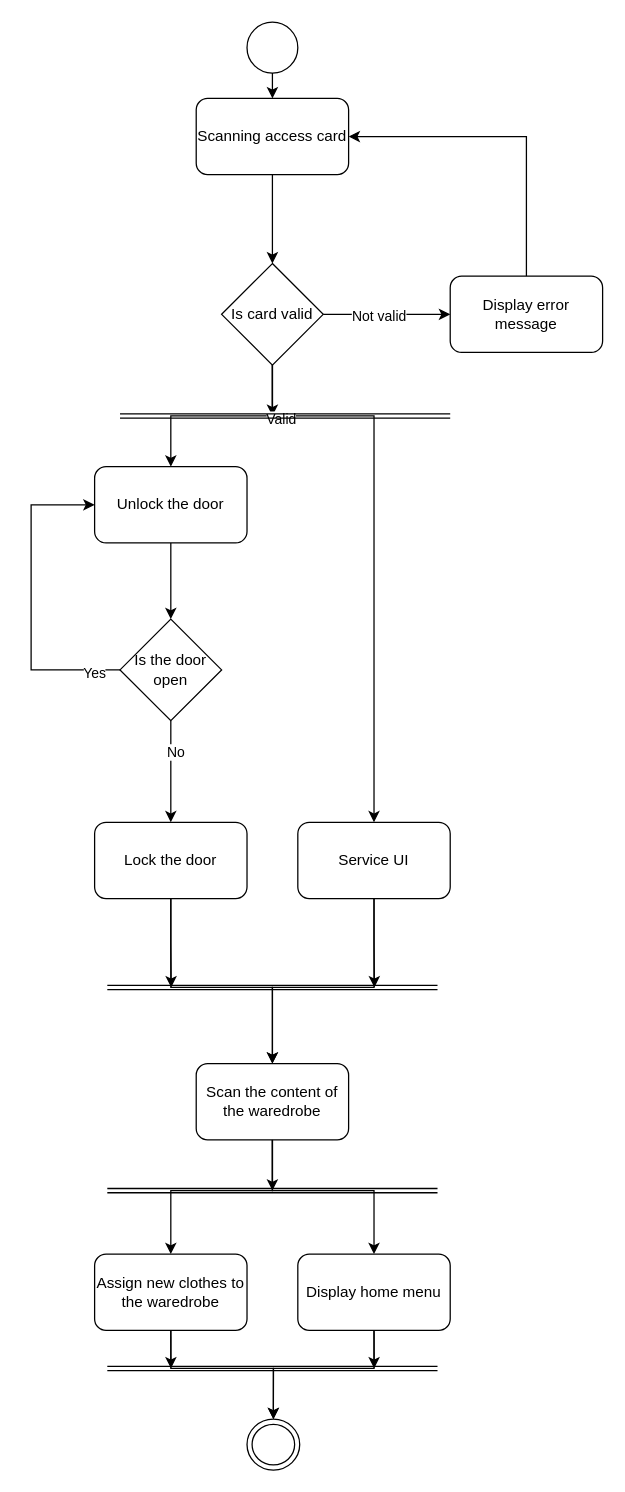
Before: ActivityDiagramService.drawio in TadeuszSzuta/PSI, a draw.io diagram. Source tidied: cells renumbered, new cells numbered last; positions are measured from the earlier drawing's top-left corner, leaving out a move shared by most shapes. Both pictures are drawn from the tidied source at 127%, with x=0, y=0 at pixel (30, 22).
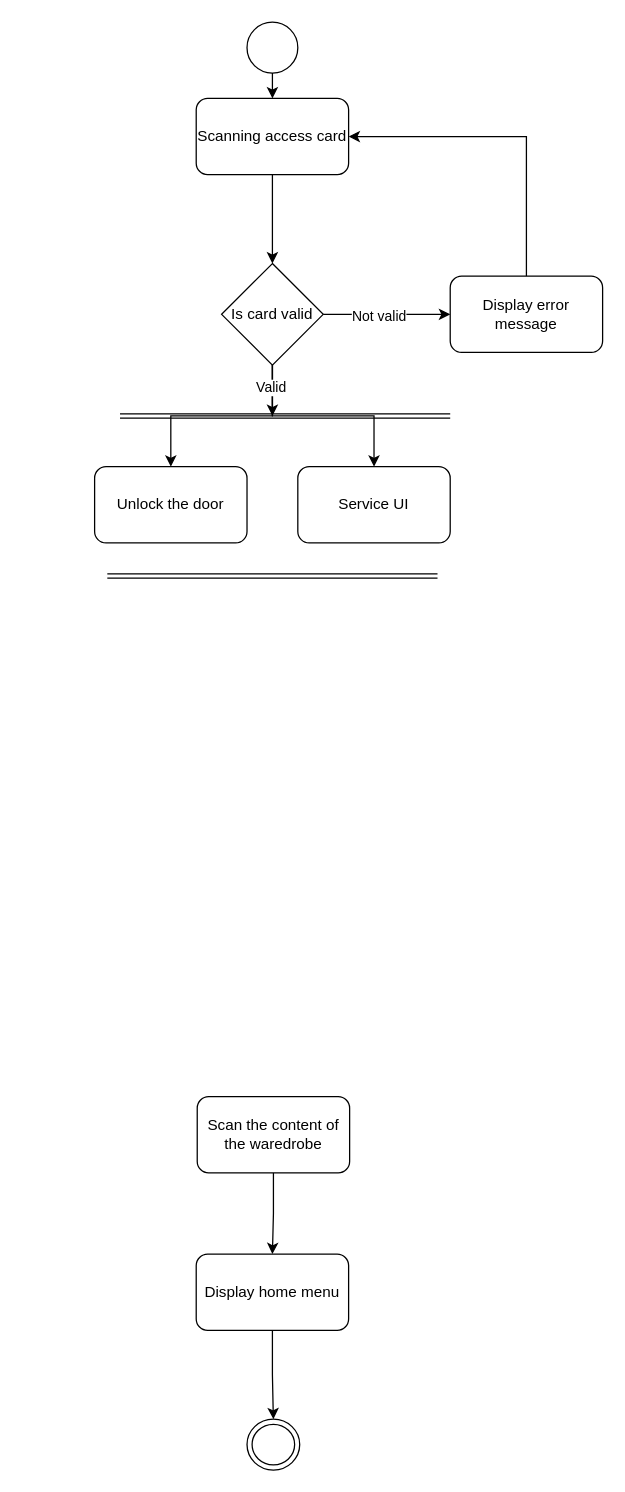
The same diagram, later.

The change refers to these unchanged cells:
```xml
<mxCell id="14" value="Unlock the door" style="rounded=1;whiteSpace=wrap;html=1;" parent="1" vertex="1">
  <mxGeometry x="50" y="350" width="120" height="60" as="geometry" />
</mxCell>
<mxCell id="40" style="ellipse;shape=doubleEllipse;whiteSpace=wrap;html=1;" parent="1" vertex="1">
  <mxGeometry x="170" y="1100" width="41.5" height="40" as="geometry" />
</mxCell>
```

The edit, as a diff of the source:
```diff
@@
-    <mxCell id="13" style="edgeStyle=orthogonalEdgeStyle;rounded=0;jettySize=auto;html=1;exitX=0.5;exitY=1;exitDx=0;exitDy=0;entryX=0.5;entryY=0;entryDx=0;entryDy=0;" parent="1" edge="1" source="14">
-      <mxGeometry relative="1" as="geometry">
-        <mxPoint x="110" y="470" as="targetPoint" />
-      </mxGeometry>
-    </mxCell>
@@
-    <mxCell id="15" style="edgeStyle=orthogonalEdgeStyle;rounded=0;jettySize=auto;html=1;exitX=0.5;exitY=1;exitDx=0;exitDy=0;" parent="1" edge="1" source="17">
-      <mxGeometry relative="1" as="geometry">
-        <mxPoint x="270.3" y="760" as="targetPoint" />
-      </mxGeometry>
-    </mxCell>
-    <mxCell id="16" style="edgeStyle=orthogonalEdgeStyle;rounded=0;jettySize=auto;html=1;exitX=0.5;exitY=1;exitDx=0;exitDy=0;entryX=0.5;entryY=0;entryDx=0;entryDy=0;" parent="1" edge="1" source="17" target="30">
-      <mxGeometry relative="1" as="geometry">
-        <Array as="points">
-          <mxPoint x="270" y="760" />
-          <mxPoint x="190" y="760" />
-        </Array>
-      </mxGeometry>
-    </mxCell>
     <mxCell id="17" value="Service UI" style="rounded=1;whiteSpace=wrap;html=1;" parent="1" vertex="1">
-      <mxGeometry x="210" y="630" width="120" height="60" as="geometry" />
+      <mxGeometry x="210" y="350" width="120" height="60" as="geometry" />
     </mxCell>
@@
-    <mxCell id="19" style="edgeStyle=orthogonalEdgeStyle;rounded=0;jettySize=auto;html=1;exitX=0;exitY=0.5;exitDx=0;exitDy=0;entryX=0;entryY=0.5;entryDx=0;entryDy=0;" parent="1" edge="1" source="23" target="14">
-      <mxGeometry relative="1" as="geometry">
-        <Array as="points">
-          <mxPoint y="510" />
-          <mxPoint y="380" />
-        </Array>
-      </mxGeometry>
-    </mxCell>
-    <mxCell id="20" value="Yes" style="edgeLabel;html=1;align=center;verticalAlign=middle;" parent="19" vertex="1">
-      <mxGeometry x="-0.83" y="2" relative="1" as="geometry" />
-    </mxCell>
-    <mxCell id="21" style="edgeStyle=orthogonalEdgeStyle;rounded=0;jettySize=auto;html=1;exitX=0.5;exitY=1;exitDx=0;exitDy=0;entryX=0.5;entryY=0;entryDx=0;entryDy=0;" parent="1" edge="1" source="23" target="26">
-      <mxGeometry relative="1" as="geometry" />
-    </mxCell>
-    <mxCell id="22" value="No" style="edgeLabel;html=1;align=center;verticalAlign=middle;" parent="21" vertex="1">
-      <mxGeometry x="-0.41" y="3" relative="1" as="geometry" />
-    </mxCell>
-    <mxCell id="23" value="Is the door open" style="rhombus;whiteSpace=wrap;html=1;" parent="1" vertex="1">
-      <mxGeometry x="70" y="470" width="80" height="80" as="geometry" />
-    </mxCell>
-    <mxCell id="24" style="edgeStyle=orthogonalEdgeStyle;rounded=0;jettySize=auto;html=1;exitX=0.5;exitY=1;exitDx=0;exitDy=0;" parent="1" edge="1" source="26">
-      <mxGeometry relative="1" as="geometry">
-        <mxPoint x="110.3" y="760" as="targetPoint" />
-      </mxGeometry>
-    </mxCell>
-    <mxCell id="25" style="edgeStyle=orthogonalEdgeStyle;rounded=0;jettySize=auto;html=1;exitX=0.5;exitY=1;exitDx=0;exitDy=0;" parent="1" edge="1" source="26" target="30">
-      <mxGeometry relative="1" as="geometry">
-        <Array as="points">
-          <mxPoint x="110" y="760" />
-          <mxPoint x="190" y="760" />
-        </Array>
-      </mxGeometry>
-    </mxCell>
-    <mxCell id="26" value="Lock the door" style="rounded=1;whiteSpace=wrap;html=1;" parent="1" vertex="1">
-      <mxGeometry x="50" y="630" width="120" height="60" as="geometry" />
-    </mxCell>
-    <mxCell id="27" style="edgeStyle=orthogonalEdgeStyle;rounded=0;jettySize=auto;html=1;exitX=0.5;exitY=1;exitDx=0;exitDy=0;" parent="1" edge="1" source="30">
-      <mxGeometry relative="1" as="geometry">
-        <mxPoint x="190" y="920" as="targetPoint" />
-      </mxGeometry>
-    </mxCell>
-    <mxCell id="28" style="edgeStyle=orthogonalEdgeStyle;rounded=0;jettySize=auto;html=1;exitX=0.5;exitY=1;exitDx=0;exitDy=0;" parent="1" edge="1" source="30" target="35">
-      <mxGeometry relative="1" as="geometry">
-        <Array as="points">
-          <mxPoint x="190" y="920" />
-          <mxPoint x="110" y="920" />
-        </Array>
-      </mxGeometry>
-    </mxCell>
     <mxCell id="29" style="edgeStyle=orthogonalEdgeStyle;rounded=0;jettySize=auto;html=1;exitX=0.5;exitY=1;exitDx=0;exitDy=0;entryX=0.5;entryY=0;entryDx=0;entryDy=0;" parent="1" edge="1" source="30" target="38">
-      <mxGeometry relative="1" as="geometry">
-        <Array as="points">
-          <mxPoint x="190" y="920" />
-          <mxPoint x="270" y="920" />
-        </Array>
-      </mxGeometry>
+      <mxGeometry relative="1" as="geometry" />
     </mxCell>
     <mxCell id="30" value="Scan the content of the waredrobe" style="rounded=1;whiteSpace=wrap;html=1;" parent="1" vertex="1">
-      <mxGeometry x="130" y="820" width="120" height="60" as="geometry" />
+      <mxGeometry x="130.8" y="846" width="120" height="60" as="geometry" />
     </mxCell>
     <mxCell id="31" style="shape=link;html=1;rounded=0;width=3.333333333333332;" parent="1" edge="1">
       <mxGeometry relative="1" as="geometry">
-        <mxPoint x="60" y="760" as="sourcePoint" />
-        <mxPoint x="320" y="760" as="targetPoint" />
+        <mxPoint x="60" y="436" as="sourcePoint" />
+        <mxPoint x="320" y="436" as="targetPoint" />
         <Array as="points">
-          <mxPoint x="110" y="760" />
+          <mxPoint x="110" y="436" />
         </Array>
       </mxGeometry>
     </mxCell>
-    <mxCell id="32" style="shape=link;html=1;rounded=0;width=3.333333333333332;" parent="1" edge="1">
-      <mxGeometry relative="1" as="geometry">
-        <mxPoint x="60" y="920" as="sourcePoint" />
-        <mxPoint x="320" y="920" as="targetPoint" />
-        <Array as="points">
-          <mxPoint x="110" y="920" />
-        </Array>
-      </mxGeometry>
-    </mxCell>
-    <mxCell id="33" style="edgeStyle=orthogonalEdgeStyle;rounded=0;jettySize=auto;html=1;exitX=0.5;exitY=1;exitDx=0;exitDy=0;" parent="1" edge="1" source="35">
-      <mxGeometry relative="1" as="geometry">
-        <mxPoint x="110.1" y="1060" as="targetPoint" />
-      </mxGeometry>
-    </mxCell>
-    <mxCell id="34" style="edgeStyle=orthogonalEdgeStyle;rounded=0;jettySize=auto;html=1;exitX=0.5;exitY=1;exitDx=0;exitDy=0;entryX=0.5;entryY=0;entryDx=0;entryDy=0;" parent="1" edge="1" source="35" target="40">
-      <mxGeometry relative="1" as="geometry">
-        <Array as="points">
-          <mxPoint x="110" y="1060" />
-          <mxPoint x="191" y="1060" />
-        </Array>
-      </mxGeometry>
-    </mxCell>
-    <mxCell id="35" value="Assign new clothes to the waredrobe" style="rounded=1;whiteSpace=wrap;html=1;" parent="1" vertex="1">
-      <mxGeometry x="50" y="970" width="120" height="60" as="geometry" />
-    </mxCell>
-    <mxCell id="36" style="edgeStyle=orthogonalEdgeStyle;rounded=0;jettySize=auto;html=1;exitX=0.5;exitY=1;exitDx=0;exitDy=0;" parent="1" edge="1" source="38">
-      <mxGeometry relative="1" as="geometry">
-        <mxPoint x="270.1" y="1060" as="targetPoint" />
-      </mxGeometry>
-    </mxCell>
     <mxCell id="37" style="edgeStyle=orthogonalEdgeStyle;rounded=0;jettySize=auto;html=1;exitX=0.5;exitY=1;exitDx=0;exitDy=0;entryX=0.5;entryY=0;entryDx=0;entryDy=0;" parent="1" edge="1" source="38" target="40">
-      <mxGeometry relative="1" as="geometry">
-        <Array as="points">
-          <mxPoint x="270" y="1060" />
-          <mxPoint x="191" y="1060" />
-        </Array>
-      </mxGeometry>
+      <mxGeometry relative="1" as="geometry" />
     </mxCell>
     <mxCell id="38" value="Display home menu" style="rounded=1;whiteSpace=wrap;html=1;" parent="1" vertex="1">
-      <mxGeometry x="210" y="970" width="120" height="60" as="geometry" />
+      <mxGeometry x="130" y="970" width="120" height="60" as="geometry" />
     </mxCell>
-    <mxCell id="39" style="shape=link;html=1;rounded=0;width=3.333333333333332;" parent="1" edge="1">
-      <mxGeometry relative="1" as="geometry">
-        <mxPoint x="60" y="1060" as="sourcePoint" />
-        <mxPoint x="320" y="1060" as="targetPoint" />
-        <Array as="points">
-          <mxPoint x="110" y="1060" />
-        </Array>
-      </mxGeometry>
-    </mxCell>
```
